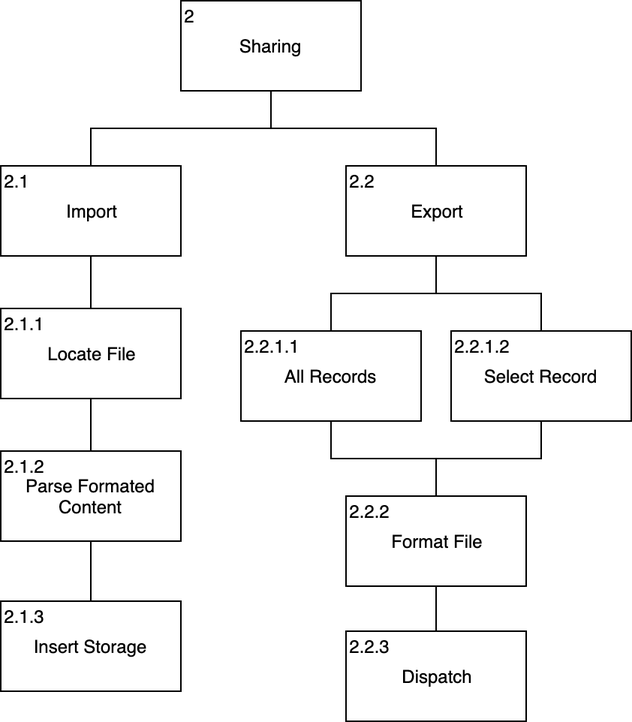
Earlier version of the draw.io export Thesis/images/Sharing.png (Perelan/Master). Source tidied: cells renumbered, new cells last; positions are measured from the earlier drawing's top-left corner, leaving out a move shared by most shapes.
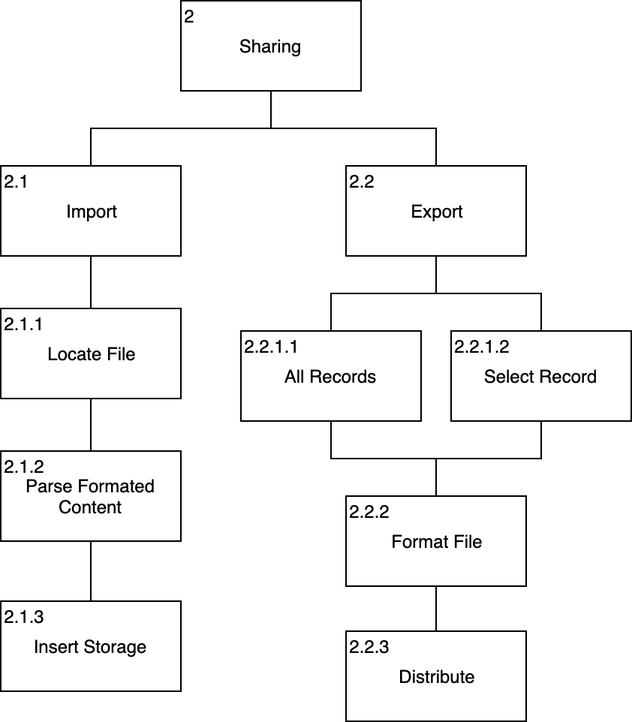
The same file after the commit.

Change to the diagram source:
```diff
@@ -66,7 +66,7 @@
     <mxCell id="21" value="Format File" style="rounded=0;whiteSpace=wrap;html=1;" parent="1" vertex="1">
       <mxGeometry x="230" y="330" width="120" height="60" as="geometry" />
     </mxCell>
-    <mxCell id="22" value="Dispatch" style="rounded=0;whiteSpace=wrap;html=1;" parent="1" vertex="1">
+    <mxCell id="22" value="Distribute" style="rounded=0;whiteSpace=wrap;html=1;" parent="1" vertex="1">
       <mxGeometry x="230" y="420" width="120" height="60" as="geometry" />
     </mxCell>
     <mxCell id="23" value="2" style="text;html=1;strokeColor=none;fillColor=none;align=center;verticalAlign=middle;whiteSpace=wrap;rounded=0;" parent="1" vertex="1">
```
